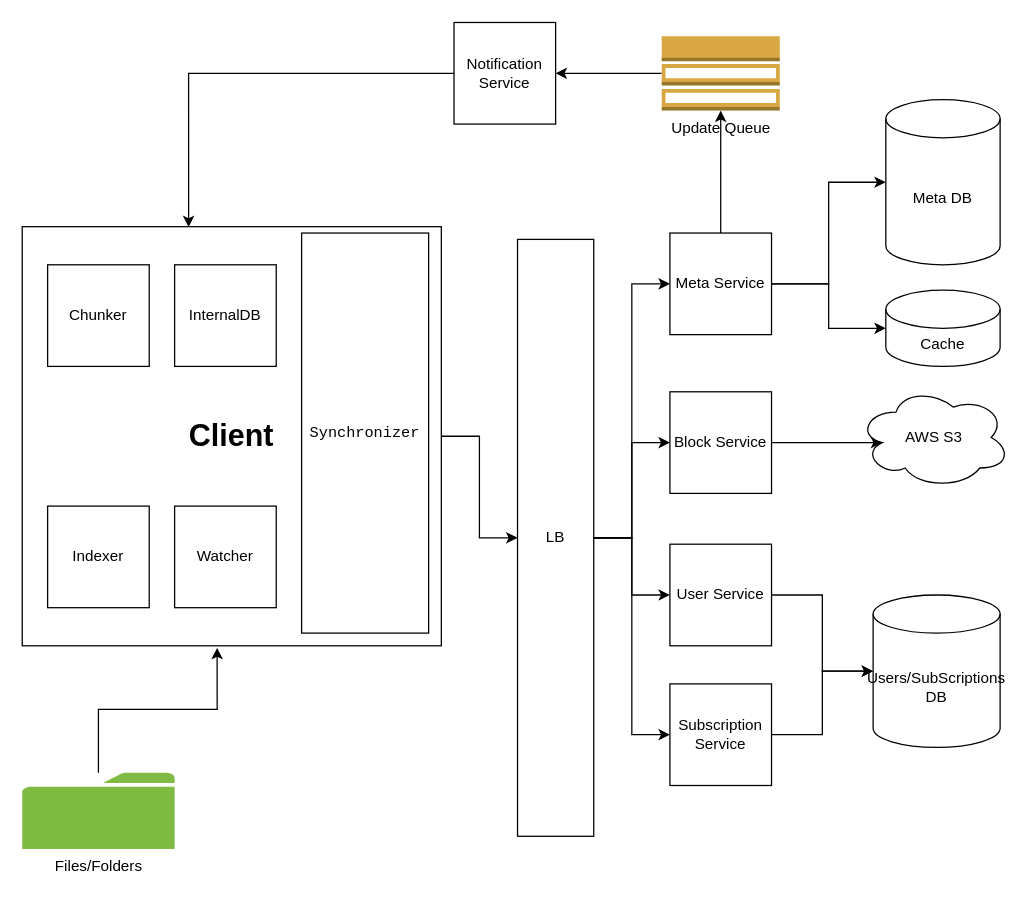
Before: DropboxDiagram.drawio in yalankar/yalankar, a draw.io diagram. Source tidied: cells renumbered, new cells numbered last; positions are measured from the earlier drawing's top-left corner, leaving out a move shared by most shapes. Both pictures are drawn from the tidied source at 127%, with x=0, y=0 at pixel (22, 22).
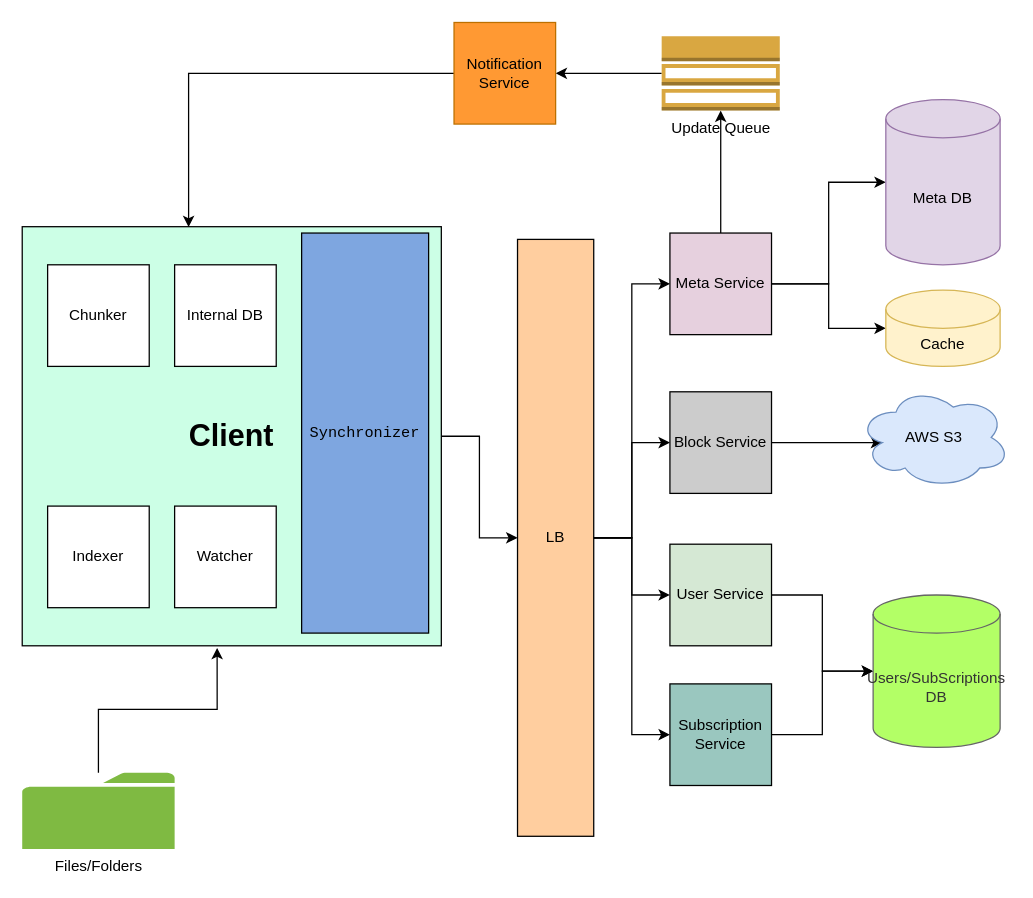
The same page after the edit.

What changed in the source:
```diff
@@
-    <mxCell id="5" value="&lt;h1&gt;&lt;b&gt;Client&lt;/b&gt;&lt;/h1&gt;" style="whiteSpace=wrap;html=1;" parent="1" vertex="1">
+    <mxCell id="5" value="&lt;h1&gt;&lt;b&gt;Client&lt;/b&gt;&lt;/h1&gt;" style="whiteSpace=wrap;html=1;fillColor=#CCFFE6;" parent="1" vertex="1">
       <mxGeometry y="161" width="330" height="330" as="geometry" />
     </mxCell>
@@
-    <mxCell id="7" value="InternalDB" style="whiteSpace=wrap;html=1;" parent="1" vertex="1">
+    <mxCell id="7" value="Internal DB" style="whiteSpace=wrap;html=1;" parent="1" vertex="1">
       <mxGeometry x="120" y="191" width="80" height="80" as="geometry" />
     </mxCell>
@@
-    <mxCell id="14" value="LB" style="rounded=0;whiteSpace=wrap;html=1;" parent="1" vertex="1">
+    <mxCell id="14" value="LB" style="rounded=0;whiteSpace=wrap;html=1;fillColor=#FFCE9F;" parent="1" vertex="1">
       <mxGeometry x="390" y="171" width="60" height="470" as="geometry" />
     </mxCell>
-    <mxCell id="15" value="&lt;pre&gt;Synchronizer&lt;/pre&gt;" style="rounded=0;whiteSpace=wrap;html=1;" parent="1" vertex="1">
+    <mxCell id="15" value="&lt;pre&gt;Synchronizer&lt;/pre&gt;" style="rounded=0;whiteSpace=wrap;html=1;fillColor=#7EA6E0;" parent="1" vertex="1">
       <mxGeometry x="220" y="166" width="100" height="315" as="geometry" />
     </mxCell>
@@
-    <mxCell id="19" value="Meta Service" style="whiteSpace=wrap;html=1;" parent="1" vertex="1">
+    <mxCell id="19" value="Meta Service" style="whiteSpace=wrap;html=1;fillColor=#E6D0DE;" parent="1" vertex="1">
       <mxGeometry x="510" y="166" width="80" height="80" as="geometry" />
     </mxCell>
@@
-    <mxCell id="21" value="Block Service" style="whiteSpace=wrap;html=1;" parent="1" vertex="1">
+    <mxCell id="21" value="Block Service" style="whiteSpace=wrap;html=1;fillColor=#CCCCCC;" parent="1" vertex="1">
       <mxGeometry x="510" y="291" width="80" height="80" as="geometry" />
     </mxCell>
@@
-    <mxCell id="23" value="User Service" style="whiteSpace=wrap;html=1;" parent="1" vertex="1">
+    <mxCell id="23" value="User Service" style="whiteSpace=wrap;html=1;fillColor=#D5E8D4;" parent="1" vertex="1">
       <mxGeometry x="510" y="411" width="80" height="80" as="geometry" />
     </mxCell>
@@
-    <mxCell id="25" value="Subscription Service" style="whiteSpace=wrap;html=1;" parent="1" vertex="1">
+    <mxCell id="25" value="Subscription Service" style="whiteSpace=wrap;html=1;fillColor=#9AC7BF;" parent="1" vertex="1">
       <mxGeometry x="510" y="521" width="80" height="80" as="geometry" />
     </mxCell>
-    <mxCell id="26" value="Users/SubScriptions DB" style="shape=cylinder3;whiteSpace=wrap;html=1;boundedLbl=1;backgroundOutline=1;size=15;" parent="1" vertex="1">
+    <mxCell id="26" value="Users/SubScriptions DB" style="shape=cylinder3;whiteSpace=wrap;html=1;boundedLbl=1;backgroundOutline=1;size=15;fillColor=#B3FF66;fontColor=#333333;strokeColor=#666666;" parent="1" vertex="1">
       <mxGeometry x="670" y="451" width="100" height="120" as="geometry" />
     </mxCell>
-    <mxCell id="27" value="AWS S3" style="ellipse;shape=cloud;whiteSpace=wrap;html=1;" parent="1" vertex="1">
+    <mxCell id="27" value="AWS S3" style="ellipse;shape=cloud;whiteSpace=wrap;html=1;fillColor=#dae8fc;strokeColor=#6c8ebf;" parent="1" vertex="1">
       <mxGeometry x="658" y="287" width="120" height="80" as="geometry" />
     </mxCell>
-    <mxCell id="28" value="Cache" style="shape=cylinder3;whiteSpace=wrap;html=1;boundedLbl=1;backgroundOutline=1;size=15;" parent="1" vertex="1">
+    <mxCell id="28" value="Cache" style="shape=cylinder3;whiteSpace=wrap;html=1;boundedLbl=1;backgroundOutline=1;size=15;fillColor=#fff2cc;strokeColor=#d6b656;" parent="1" vertex="1">
       <mxGeometry x="680" y="211" width="90" height="60" as="geometry" />
     </mxCell>
-    <mxCell id="29" value="Meta DB" style="shape=cylinder3;whiteSpace=wrap;html=1;boundedLbl=1;backgroundOutline=1;size=15;" parent="1" vertex="1">
+    <mxCell id="29" value="Meta DB" style="shape=cylinder3;whiteSpace=wrap;html=1;boundedLbl=1;backgroundOutline=1;size=15;fillColor=#e1d5e7;strokeColor=#9673a6;" parent="1" vertex="1">
       <mxGeometry x="680" y="61" width="90" height="130" as="geometry" />
     </mxCell>
@@
-    <mxCell id="33" value="Notification Service" style="whiteSpace=wrap;html=1;" parent="1" vertex="1">
+    <mxCell id="33" value="Notification Service" style="whiteSpace=wrap;html=1;fillColor=#FF9933;fontColor=#000000;strokeColor=#BD7000;" parent="1" vertex="1">
       <mxGeometry x="340" y="0.2" width="80" height="80" as="geometry" />
     </mxCell>
```
